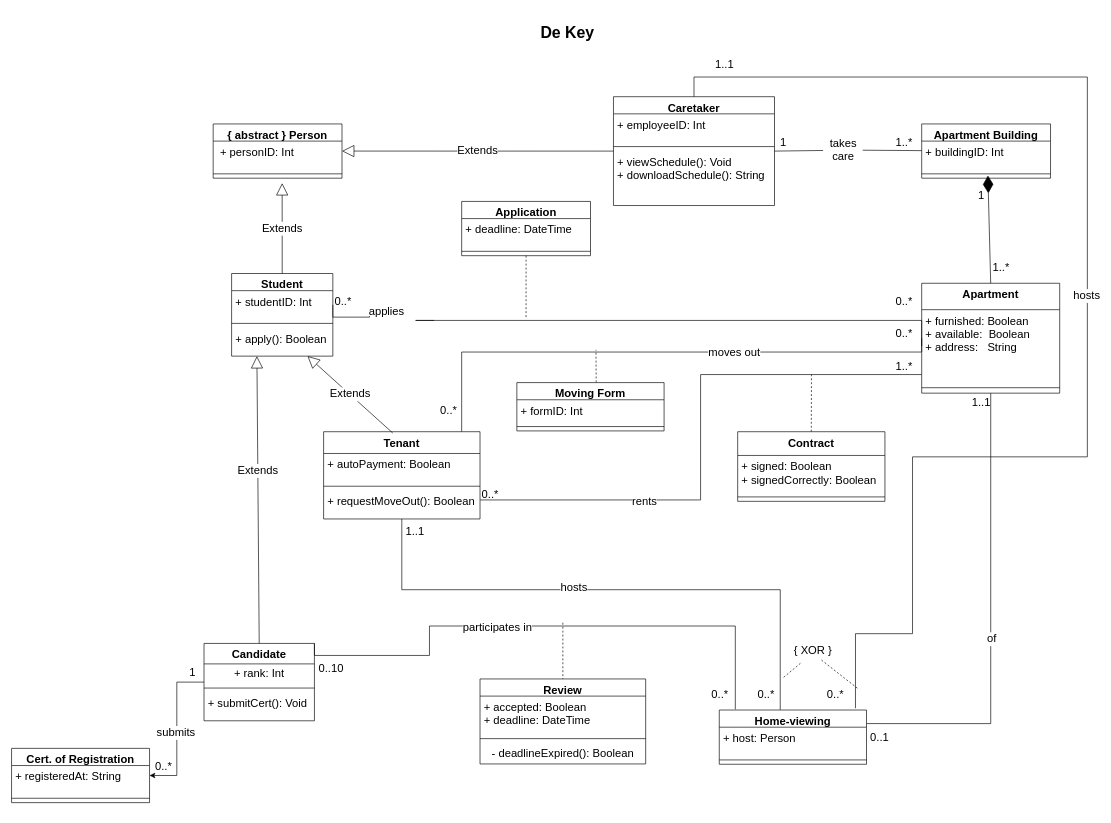
This is Model_De_Key.drawio from Barager/IS-design, a draw.io file, before an edit. Source tidied: cells renumbered, new cells numbered last; positions are measured from the earlier drawing's top-left corner, leaving out a move shared by most shapes. Both pictures are drawn from the tidied source at 66%, with x=0, y=0 at pixel (11, 11).
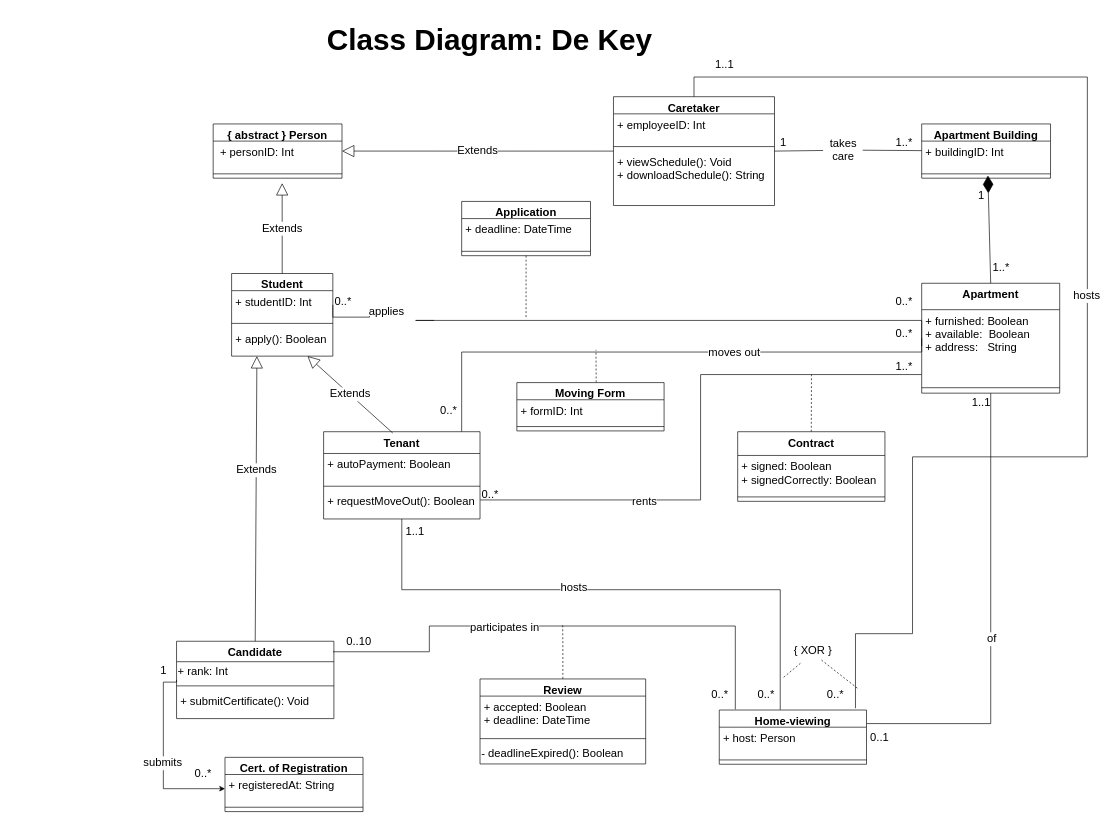
Above is the later version.

The change refers to these unchanged cells:
```xml
<mxCell id="42" value="Home-viewing" style="swimlane;fontStyle=1;align=center;verticalAlign=top;horizontal=1;startSize=26;fontSize=17;" parent="1" vertex="1">
  <mxGeometry x="1072.3" y="1058.3" width="223.1" height="82.2" as="geometry" />
</mxCell>
<mxCell id="50" value="Review" style="swimlane;fontStyle=1;align=center;verticalAlign=top;horizontal=1;startSize=26;fontSize=17;" parent="1" vertex="1">
  <mxGeometry x="709.8" y="1011.2" width="251" height="128.8" as="geometry" />
</mxCell>
<mxCell id="56" value="+ registeredAt: String" style="text;strokeColor=none;fillColor=none;align=left;verticalAlign=top;spacingLeft=4;spacingRight=4;overflow=hidden;points=[[0,0.5],[1,0.5]];portConstraint=eastwest;fontSize=17;" parent="55" vertex="1">
  <mxGeometry y="26" width="209.1" height="43" as="geometry" />
</mxCell>
```

Change to the diagram source:
```diff
@@
-    <mxCell id="2" value="De Key" style="text;strokeColor=none;fillColor=none;html=1;fontSize=24;fontStyle=1;verticalAlign=middle;align=center;" parent="1" vertex="1">
-      <mxGeometry x="410.1" width="864.4" height="66.1" as="geometry" />
+    <mxCell id="2" value="Class Diagram: De Key" style="text;strokeColor=none;fillColor=none;html=1;fontSize=45;fontStyle=1;verticalAlign=middle;align=center;" parent="1" vertex="1">
+      <mxGeometry x="291.6" y="10" width="864.4" height="66.1" as="geometry" />
     </mxCell>
@@
     <mxCell id="23" value="Candidate" style="swimlane;fontStyle=1;align=center;verticalAlign=top;horizontal=1;startSize=31;fontSize=17;" parent="1" vertex="1">
-      <mxGeometry x="291.6" y="957.4" width="167.3" height="117.2" as="geometry" />
+      <mxGeometry x="250" y="954.1" width="238.4" height="117.2" as="geometry" />
     </mxCell>
-    <mxCell id="24" value="+ rank: Int" style="text;html=1;align=center;verticalAlign=middle;strokeColor=none;fillColor=none;fontSize=17;" parent="23" vertex="1">
-      <mxGeometry y="31" width="167.3" height="30" as="geometry" />
+    <mxCell id="24" value="+ rank: Int" style="text;html=1;align=left;verticalAlign=middle;strokeColor=none;fillColor=none;fontSize=17;" parent="23" vertex="1">
+      <mxGeometry y="31" width="238.4" height="30" as="geometry" />
     </mxCell>
     <mxCell id="25" style="line;strokeWidth=1;fillColor=none;align=left;verticalAlign=middle;spacingTop=-1;spacingLeft=3;spacingRight=3;labelPosition=right;" parent="23" vertex="1">
-      <mxGeometry y="61" width="167.3" height="13.2" as="geometry" />
+      <mxGeometry y="61" width="238.4" height="13.2" as="geometry" />
     </mxCell>
-    <mxCell id="26" value="+ submitCert(): Void&#10;" style="text;strokeColor=none;fillColor=none;align=left;verticalAlign=top;spacingLeft=4;spacingRight=4;overflow=hidden;fontSize=17;" parent="23" vertex="1">
-      <mxGeometry y="74.2" width="167.3" height="43" as="geometry" />
+    <mxCell id="26" value="+ submitCertificate(): Void&#10;" style="text;strokeColor=none;fillColor=none;align=left;verticalAlign=top;spacingLeft=4;spacingRight=4;overflow=hidden;fontSize=17;" parent="23" vertex="1">
+      <mxGeometry y="74.2" width="238.4" height="43" as="geometry" />
     </mxCell>
@@
-    <mxCell id="47" style="edgeStyle=orthogonalEdgeStyle;rounded=0;jettySize=auto;html=1;exitX=1;exitY=0;exitDx=0;exitDy=0;endArrow=none;endFill=0;strokeWidth=1;entryX=0.109;entryY=-0.012;entryDx=0;entryDy=0;entryPerimeter=0;" parent="1" edge="1" source="23" target="42">
+    <mxCell id="47" style="edgeStyle=orthogonalEdgeStyle;rounded=0;jettySize=auto;html=1;endArrow=none;endFill=0;strokeWidth=1;entryX=0.109;entryY=-0.012;entryDx=0;entryDy=0;entryPerimeter=0;" parent="1" edge="1" target="42">
       <mxGeometry relative="1" as="geometry">
+        <mxPoint x="487" y="970" as="sourcePoint" />
         <Array as="points">
-          <mxPoint x="458.9" y="975.6" />
-          <mxPoint x="633.2" y="975.6" />
-          <mxPoint x="633.2" y="931" />
-          <mxPoint x="1096" y="931" />
+          <mxPoint x="487" y="970" />
+          <mxPoint x="633" y="970" />
+          <mxPoint x="633" y="931" />
+          <mxPoint x="1097" y="931" />
         </Array>
       </mxGeometry>
     </mxCell>
     <mxCell id="48" value="participates in " style="edgeLabel;html=1;align=center;verticalAlign=middle;fontSize=17;" parent="47" vertex="1">
-      <mxGeometry x="-0.18" y="-2" relative="1" as="geometry" />
+      <mxGeometry x="-0.18" y="-2" relative="1" as="geometry">
+        <mxPoint x="-20" as="offset" />
+      </mxGeometry>
     </mxCell>
@@
-    <mxCell id="53" value="- deadlineExpired(): Boolean" style="text;html=1;align=center;verticalAlign=middle;strokeColor=none;fillColor=none;fontSize=17;" parent="50" vertex="1">
+    <mxCell id="53" value="- deadlineExpired(): Boolean" style="text;html=1;align=left;verticalAlign=middle;strokeColor=none;fillColor=none;fontSize=17;" parent="50" vertex="1">
       <mxGeometry y="98.8" width="251" height="30" as="geometry" />
     </mxCell>
@@
     <mxCell id="55" value="Cert. of Registration" style="swimlane;fontStyle=1;align=center;verticalAlign=top;horizontal=1;startSize=26;fontSize=17;" parent="1" vertex="1">
-      <mxGeometry y="1116.4" width="209.1" height="82.2" as="geometry" />
+      <mxGeometry x="323.4" y="1130" width="209.1" height="82.2" as="geometry" />
     </mxCell>
@@
     <mxCell id="66" style="edgeStyle=none;rounded=0;jettySize=auto;html=1;endArrow=none;endFill=0;strokeWidth=1;dashed=1;entryX=0.5;entryY=0;entryDx=0;entryDy=0;" parent="1" edge="1" target="50">
       <mxGeometry relative="1" as="geometry">
-        <mxPoint x="835.3" y="926" as="sourcePoint" />
+        <mxPoint x="835" y="930" as="sourcePoint" />
         <Array as="points">
           <mxPoint x="835.3" y="959.1" />
         </Array>
       </mxGeometry>
     </mxCell>
-    <mxCell id="67" style="edgeStyle=orthogonalEdgeStyle;rounded=0;jettySize=auto;html=1;exitX=0;exitY=0.5;exitDx=0;exitDy=0;entryX=1;entryY=0.5;entryDx=0;entryDy=0;endArrow=classic;endFill=1;strokeWidth=1;" parent="1" edge="1" source="23" target="55">
-      <mxGeometry relative="1" as="geometry" />
+    <mxCell id="67" style="edgeStyle=orthogonalEdgeStyle;rounded=0;jettySize=auto;html=1;exitX=0;exitY=0.5;exitDx=0;exitDy=0;entryX=0;entryY=0.5;entryDx=0;entryDy=0;endArrow=classic;endFill=1;strokeWidth=1;" parent="1" edge="1" source="23" target="56">
+      <mxGeometry relative="1" as="geometry">
+        <Array as="points">
+          <mxPoint x="250" y="1016" />
+          <mxPoint x="230" y="1016" />
+          <mxPoint x="230" y="1177" />
+        </Array>
+      </mxGeometry>
     </mxCell>
@@
     <mxCell id="79" value="0..10" style="text;html=1;align=center;verticalAlign=middle;strokeColor=none;fillColor=none;fontSize=17;" parent="1" vertex="1">
-      <mxGeometry x="458.9" y="981.2" width="50" height="30" as="geometry" />
+      <mxGeometry x="500.7" y="940" width="50" height="30" as="geometry" />
     </mxCell>
@@
     <mxCell id="89" value="0..*" style="text;html=1;align=center;verticalAlign=middle;strokeColor=none;fillColor=none;fontSize=17;" parent="1" vertex="1">
-      <mxGeometry x="210" y="1130" width="40" height="30" as="geometry" />
+      <mxGeometry x="270" y="1140.5" width="40" height="30" as="geometry" />
     </mxCell>
     <mxCell id="90" value="1" style="text;html=1;align=center;verticalAlign=middle;strokeColor=none;fillColor=none;fontSize=17;" parent="1" vertex="1">
-      <mxGeometry x="263.7" y="987.2" width="20" height="30" as="geometry" />
+      <mxGeometry x="220" y="984.1" width="20" height="30" as="geometry" />
     </mxCell>
```
